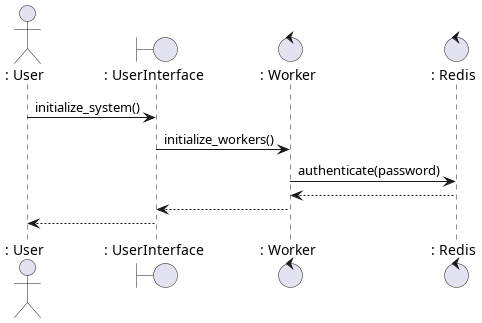
The PlantUML diagram SequenceDiagrams/images/16_access_redis_basic.png in AuspiciousCrane/TSP_Diagrams, before a commit. Its diagram source:
```plantuml
@startuml

actor		": User" as User
boundary	": UserInterface" as UserInterface
control		": Worker" as Worker
control		": Redis" as Redis

User -> UserInterface : initialize_system()
UserInterface -> Worker : initialize_workers()
Worker -> Redis : authenticate(password)
Redis --> Worker
Worker --> UserInterface
UserInterface --> User


@enduml
```
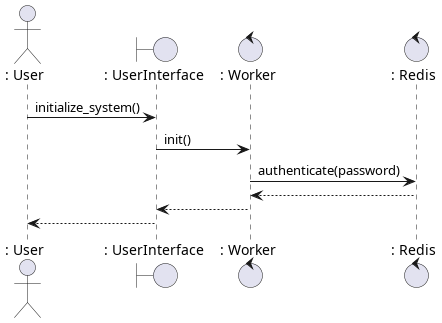
The same diagram one commit later.

Commit message:
Regenerated Diagrams for Access Redis Sequence

The edit, as a diff of the source:
```diff
@@ -6,7 +6,7 @@
 control		": Redis" as Redis
 
 User -> UserInterface : initialize_system()
-UserInterface -> Worker : initialize_workers()
+UserInterface -> Worker : init()
 Worker -> Redis : authenticate(password)
 Redis --> Worker
 Worker --> UserInterface
```
